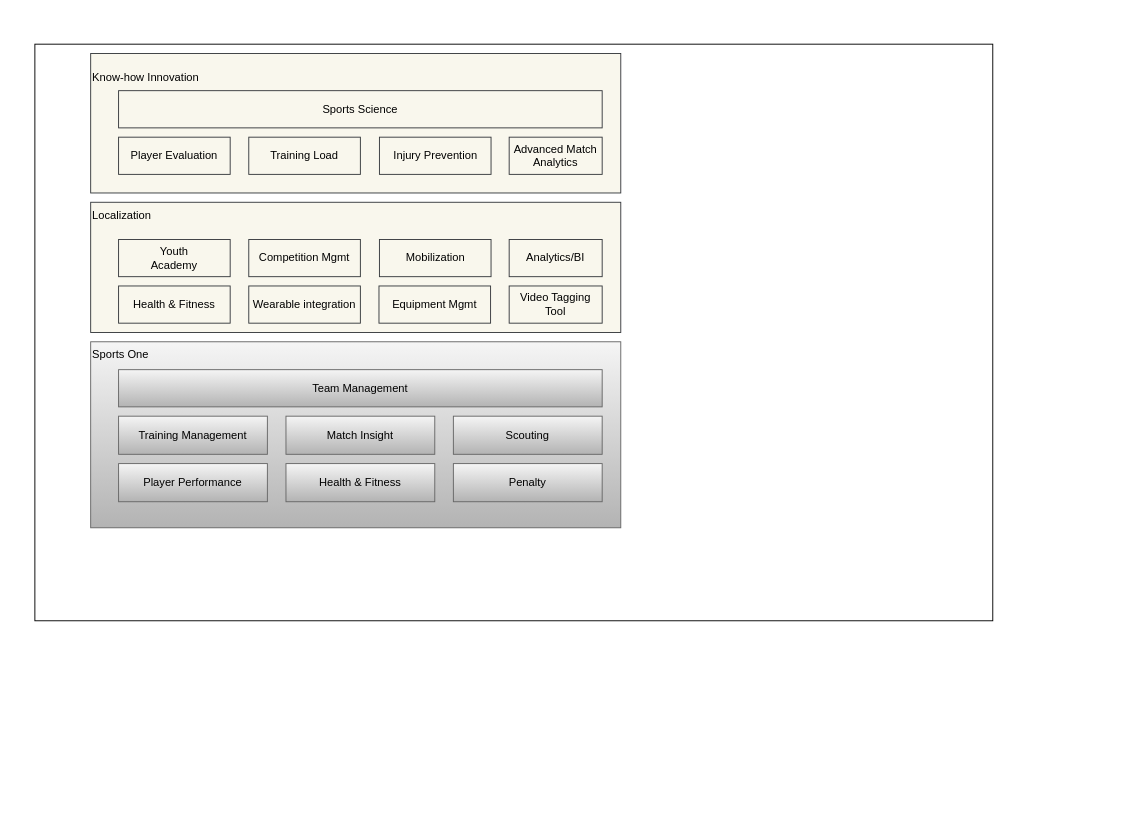
The draw.io diagram Untitled Diagram.drawio in wosary1984/draw.io, before the edit. Source tidied: cells renumbered, new cells numbered last; positions are measured from the earlier drawing's top-left corner, leaving out a move shared by most shapes. Both pictures are drawn from the tidied source at 93%, with x=0, y=0 at pixel (34, 44).
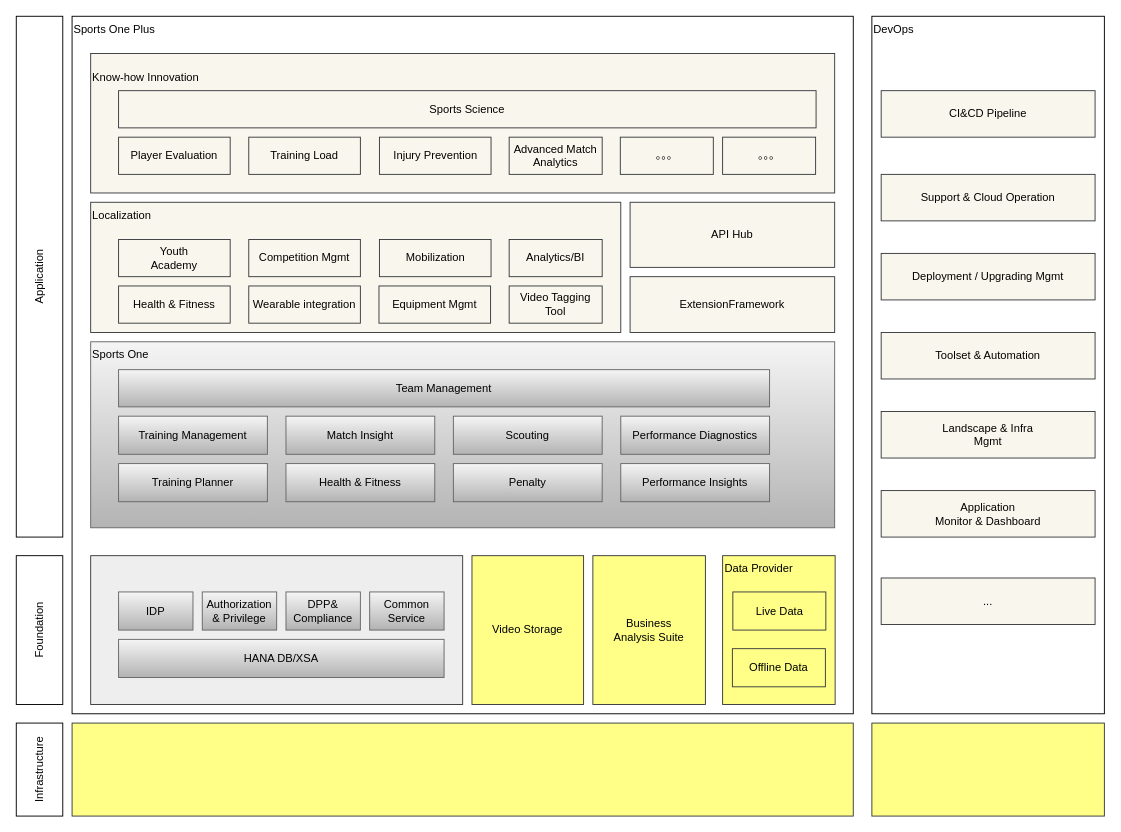
The same diagram, later.

What changed in the source:
```diff
@@
-    <mxCell id="2" style="rounded=0;whiteSpace=wrap;html=1;" parent="1" vertex="1">
-      <mxGeometry width="1030" height="620" as="geometry" />
+    <mxCell id="2" value="Sports One Plus" style="rounded=0;whiteSpace=wrap;html=1;verticalAlign=top;align=left;" parent="1" vertex="1">
+      <mxGeometry x="40" y="-30" width="840" height="750" as="geometry" />
     </mxCell>
     <mxCell id="3" value="Sports One" style="rounded=0;whiteSpace=wrap;html=1;gradientColor=#b3b3b3;fillColor=#f5f5f5;strokeColor=#666666;align=left;verticalAlign=top;" parent="1" vertex="1">
-      <mxGeometry x="60" y="320" width="570" height="200" as="geometry" />
+      <mxGeometry x="60" y="320" width="800" height="200" as="geometry" />
     </mxCell>
     <mxCell id="4" value="Team Management" style="rounded=0;whiteSpace=wrap;html=1;align=center;gradientColor=#b3b3b3;fillColor=#f5f5f5;strokeColor=#666666;" parent="1" vertex="1">
-      <mxGeometry x="90" y="350" width="520" height="40" as="geometry" />
+      <mxGeometry x="90" y="350" width="700" height="40" as="geometry" />
     </mxCell>
@@
-    <mxCell id="6" value="Player Performance" style="rounded=0;whiteSpace=wrap;html=1;align=center;gradientColor=#b3b3b3;fillColor=#f5f5f5;strokeColor=#666666;" parent="1" vertex="1">
-      <mxGeometry x="90" y="451" width="160" height="41" as="geometry" />
+    <mxCell id="6" value="&lt;span&gt;Performance Insights&lt;/span&gt;" style="rounded=0;whiteSpace=wrap;html=1;align=center;gradientColor=#b3b3b3;fillColor=#f5f5f5;strokeColor=#666666;" parent="1" vertex="1">
+      <mxGeometry x="630" y="451" width="160" height="41" as="geometry" />
     </mxCell>
@@
     <mxCell id="20" value="&lt;p&gt;&lt;/p&gt;&lt;p&gt;&lt;span&gt;Know-how Innovation&amp;nbsp;&lt;/span&gt;&lt;/p&gt;" style="rounded=0;whiteSpace=wrap;html=1;fillColor=#f9f7ed;strokeColor=#36393d;align=left;verticalAlign=top;" parent="1" vertex="1">
-      <mxGeometry x="60" y="10" width="570" height="150" as="geometry" />
+      <mxGeometry x="60" y="10" width="800" height="150" as="geometry" />
     </mxCell>
@@
     <mxCell id="24" value="Sports Science" style="rounded=0;whiteSpace=wrap;html=1;align=center;fillColor=#f9f7ed;strokeColor=#36393d;" parent="1" vertex="1">
-      <mxGeometry x="90" y="50" width="520" height="40" as="geometry" />
+      <mxGeometry x="90" y="50" width="750" height="40" as="geometry" />
     </mxCell>
@@
+    <mxCell id="26" value="&lt;p&gt;&lt;span&gt;ExtensionFramework&lt;/span&gt;&lt;/p&gt;" style="rounded=0;whiteSpace=wrap;html=1;fillColor=#f9f7ed;strokeColor=#36393d;align=center;verticalAlign=middle;" parent="1" vertex="1">
+      <mxGeometry x="640" y="250" width="220" height="60" as="geometry" />
+    </mxCell>
+    <mxCell id="27" value="&lt;span&gt;Performance D&lt;/span&gt;&lt;span&gt;iagnostics&lt;/span&gt;" style="rounded=0;whiteSpace=wrap;html=1;align=center;gradientColor=#b3b3b3;fillColor=#f5f5f5;strokeColor=#666666;" parent="1" vertex="1">
+      <mxGeometry x="630" y="400" width="160" height="41" as="geometry" />
+    </mxCell>
+    <mxCell id="28" value="Training Planner" style="rounded=0;whiteSpace=wrap;html=1;align=center;gradientColor=#b3b3b3;fillColor=#f5f5f5;strokeColor=#666666;" parent="1" vertex="1">
+      <mxGeometry x="90" y="451" width="160" height="41" as="geometry" />
+    </mxCell>
+    <mxCell id="29" value="&lt;p&gt;&lt;/p&gt;&lt;p&gt;&lt;span&gt;。。。&lt;/span&gt;&lt;/p&gt;" style="rounded=0;whiteSpace=wrap;html=1;align=center;fillColor=#f9f7ed;strokeColor=#36393d;" parent="1" vertex="1">
+      <mxGeometry x="629.5" y="100" width="100" height="40" as="geometry" />
+    </mxCell>
+    <mxCell id="30" style="rounded=0;whiteSpace=wrap;html=1;verticalAlign=top;align=left;fillColor=#eeeeee;strokeColor=#36393d;" parent="1" vertex="1">
+      <mxGeometry x="60" y="550" width="400" height="160" as="geometry" />
+    </mxCell>
+    <mxCell id="31" value="Application" style="rounded=0;whiteSpace=wrap;html=1;verticalAlign=middle;align=center;horizontal=0;" parent="1" vertex="1">
+      <mxGeometry x="-20" y="-30" width="50" height="560" as="geometry" />
+    </mxCell>
+    <mxCell id="32" value="&lt;span&gt;Foundation&lt;/span&gt;" style="rounded=0;whiteSpace=wrap;html=1;verticalAlign=middle;align=center;horizontal=0;" parent="1" vertex="1">
+      <mxGeometry x="-20" y="550" width="50" height="160" as="geometry" />
+    </mxCell>
+    <mxCell id="33" value="&lt;p&gt;&lt;span&gt;HANA DB/&lt;/span&gt;&lt;span&gt;XSA&lt;/span&gt;&lt;/p&gt;" style="rounded=0;whiteSpace=wrap;html=1;align=center;gradientColor=#b3b3b3;fillColor=#f5f5f5;strokeColor=#666666;" parent="1" vertex="1">
+      <mxGeometry x="90" y="640" width="350" height="41" as="geometry" />
+    </mxCell>
+    <mxCell id="34" value="&lt;p&gt;IDP&lt;/p&gt;" style="rounded=0;whiteSpace=wrap;html=1;align=center;gradientColor=#b3b3b3;fillColor=#f5f5f5;strokeColor=#666666;" parent="1" vertex="1">
+      <mxGeometry x="90" y="589" width="80" height="41" as="geometry" />
+    </mxCell>
+    <mxCell id="35" value="&lt;p&gt;&lt;span&gt;API Hub&lt;/span&gt;&lt;/p&gt;" style="rounded=0;whiteSpace=wrap;html=1;fillColor=#f9f7ed;strokeColor=#36393d;align=center;verticalAlign=middle;" parent="1" vertex="1">
+      <mxGeometry x="640" y="170" width="220" height="70" as="geometry" />
+    </mxCell>
+    <mxCell id="36" value="&lt;p&gt;Authorization &amp;amp; Privilege&lt;/p&gt;" style="rounded=0;whiteSpace=wrap;html=1;align=center;gradientColor=#b3b3b3;fillColor=#f5f5f5;strokeColor=#666666;" parent="1" vertex="1">
+      <mxGeometry x="180" y="589" width="80" height="41" as="geometry" />
+    </mxCell>
+    <mxCell id="37" value="&lt;p&gt;&lt;/p&gt;&lt;p&gt;&lt;span&gt;DPP&amp;amp; Compliance&lt;/span&gt;&lt;/p&gt;" style="rounded=0;whiteSpace=wrap;html=1;align=center;gradientColor=#b3b3b3;fillColor=#f5f5f5;strokeColor=#666666;" parent="1" vertex="1">
+      <mxGeometry x="270" y="589" width="80" height="41" as="geometry" />
+    </mxCell>
+    <mxCell id="38" value="&lt;p&gt;&lt;/p&gt;&lt;p&gt;&lt;span&gt;Common Service&lt;/span&gt;&lt;/p&gt;" style="rounded=0;whiteSpace=wrap;html=1;align=center;gradientColor=#b3b3b3;fillColor=#f5f5f5;strokeColor=#666666;" parent="1" vertex="1">
+      <mxGeometry x="360" y="589" width="80" height="41" as="geometry" />
+    </mxCell>
+    <mxCell id="39" value="&lt;p&gt;&lt;/p&gt;&lt;p&gt;&lt;span&gt;。。。&lt;/span&gt;&lt;/p&gt;" style="rounded=0;whiteSpace=wrap;html=1;align=center;fillColor=#f9f7ed;strokeColor=#36393d;" parent="1" vertex="1">
+      <mxGeometry x="739.5" y="100" width="100" height="40" as="geometry" />
+    </mxCell>
+    <mxCell id="40" value="Video Storage" style="rounded=0;whiteSpace=wrap;html=1;verticalAlign=middle;align=center;fillColor=#ffff88;strokeColor=#36393d;" parent="1" vertex="1">
+      <mxGeometry x="470" y="550" width="120" height="160" as="geometry" />
+    </mxCell>
+    <mxCell id="41" value="Business Analysis&amp;nbsp;&lt;span&gt;Suite&lt;/span&gt;" style="rounded=0;whiteSpace=wrap;html=1;verticalAlign=middle;align=center;fillColor=#ffff88;strokeColor=#36393d;" parent="1" vertex="1">
+      <mxGeometry x="600" y="550" width="121" height="160" as="geometry" />
+    </mxCell>
+    <mxCell id="42" value="Data Provider&lt;br&gt;" style="rounded=0;whiteSpace=wrap;html=1;verticalAlign=top;align=left;fillColor=#ffff88;strokeColor=#36393d;" parent="1" vertex="1">
+      <mxGeometry x="739.5" y="550" width="121" height="160" as="geometry" />
+    </mxCell>
+    <mxCell id="43" value="Live Data" style="rounded=0;whiteSpace=wrap;html=1;align=center;fillColor=#ffff88;strokeColor=#36393d;" parent="1" vertex="1">
+      <mxGeometry x="750.5" y="589" width="100" height="41" as="geometry" />
+    </mxCell>
+    <mxCell id="44" value="Offline Data" style="rounded=0;whiteSpace=wrap;html=1;align=center;fillColor=#ffff88;strokeColor=#36393d;" parent="1" vertex="1">
+      <mxGeometry x="750" y="650" width="100" height="41" as="geometry" />
+    </mxCell>
+    <mxCell id="45" value="Infrastructure&lt;br&gt;" style="rounded=0;whiteSpace=wrap;html=1;verticalAlign=middle;align=center;horizontal=0;" parent="1" vertex="1">
+      <mxGeometry x="-20" y="730" width="50" height="100" as="geometry" />
+    </mxCell>
+    <mxCell id="46" style="rounded=0;whiteSpace=wrap;html=1;verticalAlign=top;align=left;fillColor=#ffff88;strokeColor=#36393d;" parent="1" vertex="1">
+      <mxGeometry x="40" y="730" width="840" height="100" as="geometry" />
+    </mxCell>
+    <mxCell id="47" value="&lt;span&gt;DevOps&lt;/span&gt;" style="rounded=0;whiteSpace=wrap;html=1;verticalAlign=top;align=left;" parent="1" vertex="1">
+      <mxGeometry x="900" y="-30" width="250" height="750" as="geometry" />
+    </mxCell>
+    <mxCell id="48" style="rounded=0;whiteSpace=wrap;html=1;verticalAlign=top;align=left;fillColor=#ffff88;strokeColor=#36393d;" parent="1" vertex="1">
+      <mxGeometry x="900" y="730" width="250" height="100" as="geometry" />
+    </mxCell>
+    <mxCell id="49" value="&lt;p&gt;&lt;/p&gt;&lt;p&gt;CI&amp;amp;CD Pipeline&lt;/p&gt;" style="rounded=0;whiteSpace=wrap;html=1;align=center;fillColor=#f9f7ed;strokeColor=#36393d;" parent="1" vertex="1">
+      <mxGeometry x="910" y="50" width="230" height="50" as="geometry" />
+    </mxCell>
+    <mxCell id="50" value="&lt;p&gt;&lt;/p&gt;&lt;p&gt;Support &amp;amp; Cloud Operation&lt;/p&gt;" style="rounded=0;whiteSpace=wrap;html=1;align=center;fillColor=#f9f7ed;strokeColor=#36393d;" parent="1" vertex="1">
+      <mxGeometry x="910" y="140" width="230" height="50" as="geometry" />
+    </mxCell>
+    <mxCell id="51" value="&lt;p&gt;&lt;/p&gt;&lt;p&gt;Deployment / Upgrading Mgmt&lt;/p&gt;" style="rounded=0;whiteSpace=wrap;html=1;align=center;fillColor=#f9f7ed;strokeColor=#36393d;" parent="1" vertex="1">
+      <mxGeometry x="910" y="225" width="230" height="50" as="geometry" />
+    </mxCell>
+    <mxCell id="52" value="&lt;p&gt;&lt;/p&gt;&lt;p&gt;Toolset &amp;amp; Automation&lt;/p&gt;" style="rounded=0;whiteSpace=wrap;html=1;align=center;fillColor=#f9f7ed;strokeColor=#36393d;" parent="1" vertex="1">
+      <mxGeometry x="910" y="310" width="230" height="50" as="geometry" />
+    </mxCell>
+    <mxCell id="53" value="&lt;p&gt;&lt;/p&gt;&lt;p&gt;&lt;/p&gt;&lt;p&gt;&lt;span&gt;Landscape &amp;amp; Infra&lt;br&gt;Mgmt&lt;/span&gt;&lt;/p&gt;" style="rounded=0;whiteSpace=wrap;html=1;align=center;fillColor=#f9f7ed;strokeColor=#36393d;" parent="1" vertex="1">
+      <mxGeometry x="910" y="395" width="230" height="50" as="geometry" />
+    </mxCell>
+    <mxCell id="54" value="&lt;p&gt;&lt;/p&gt;&lt;p&gt;&lt;/p&gt;&lt;p&gt;&lt;/p&gt;&lt;p&gt;&lt;span&gt;Application&lt;br&gt;Monitor &amp;amp; Dashboard&lt;/span&gt;&lt;/p&gt;" style="rounded=0;whiteSpace=wrap;html=1;align=center;fillColor=#f9f7ed;strokeColor=#36393d;" parent="1" vertex="1">
+      <mxGeometry x="910" y="480" width="230" height="50" as="geometry" />
+    </mxCell>
+    <mxCell id="55" value="&lt;p&gt;&lt;/p&gt;&lt;p&gt;&lt;/p&gt;&lt;p&gt;&lt;/p&gt;&lt;p&gt;...&lt;/p&gt;" style="rounded=0;whiteSpace=wrap;html=1;align=center;fillColor=#f9f7ed;strokeColor=#36393d;" parent="1" vertex="1">
+      <mxGeometry x="910" y="574" width="230" height="50" as="geometry" />
+    </mxCell>
```
